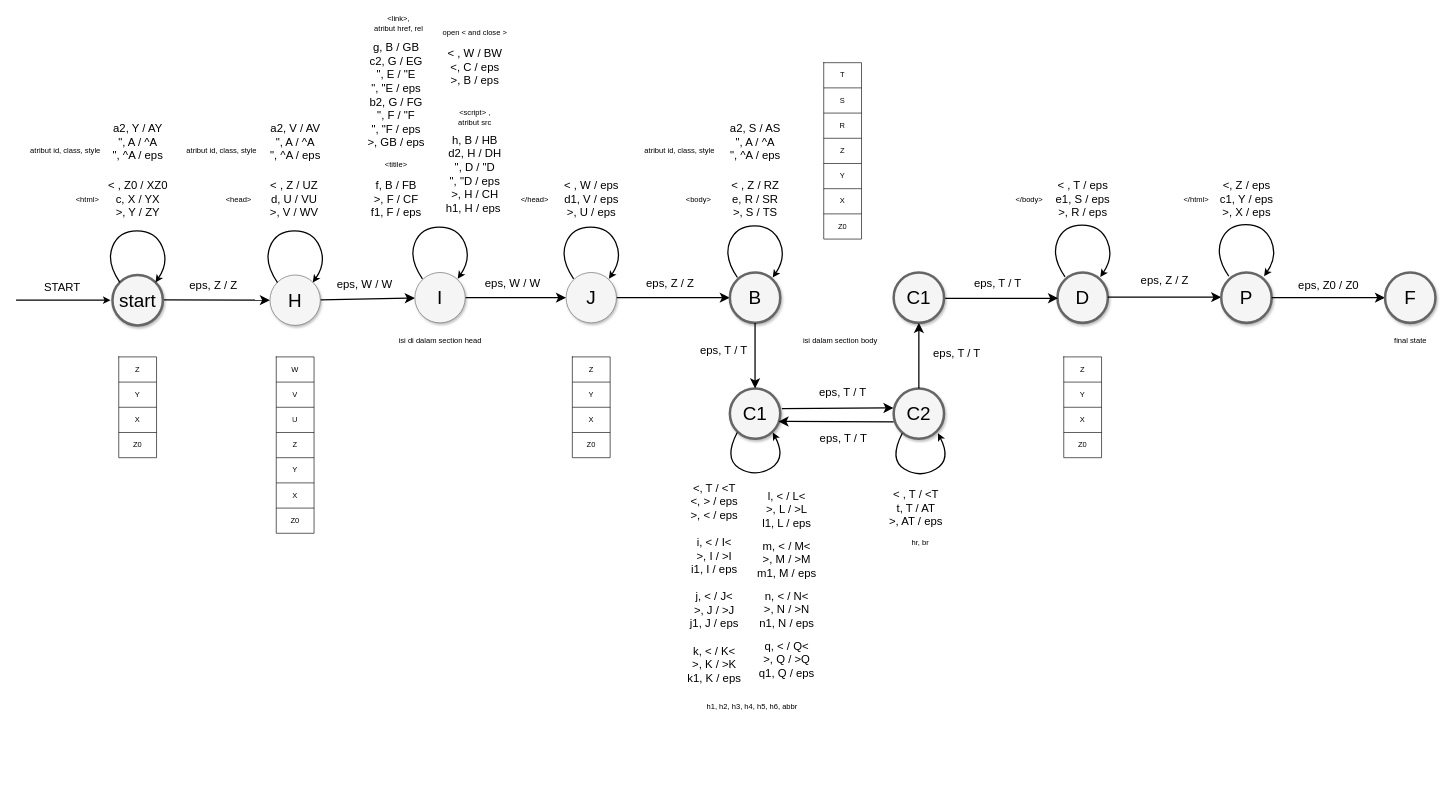
Above: PDA.drawio in novelxv/Tubes-TBFO (draw.io), before the change. Source tidied: cells renumbered, new cells numbered last; positions are measured from the earlier drawing's top-left corner, leaving out a move shared by most shapes. Both pictures are drawn from the tidied source at 63%, with x=0, y=0 at pixel (16, 11).
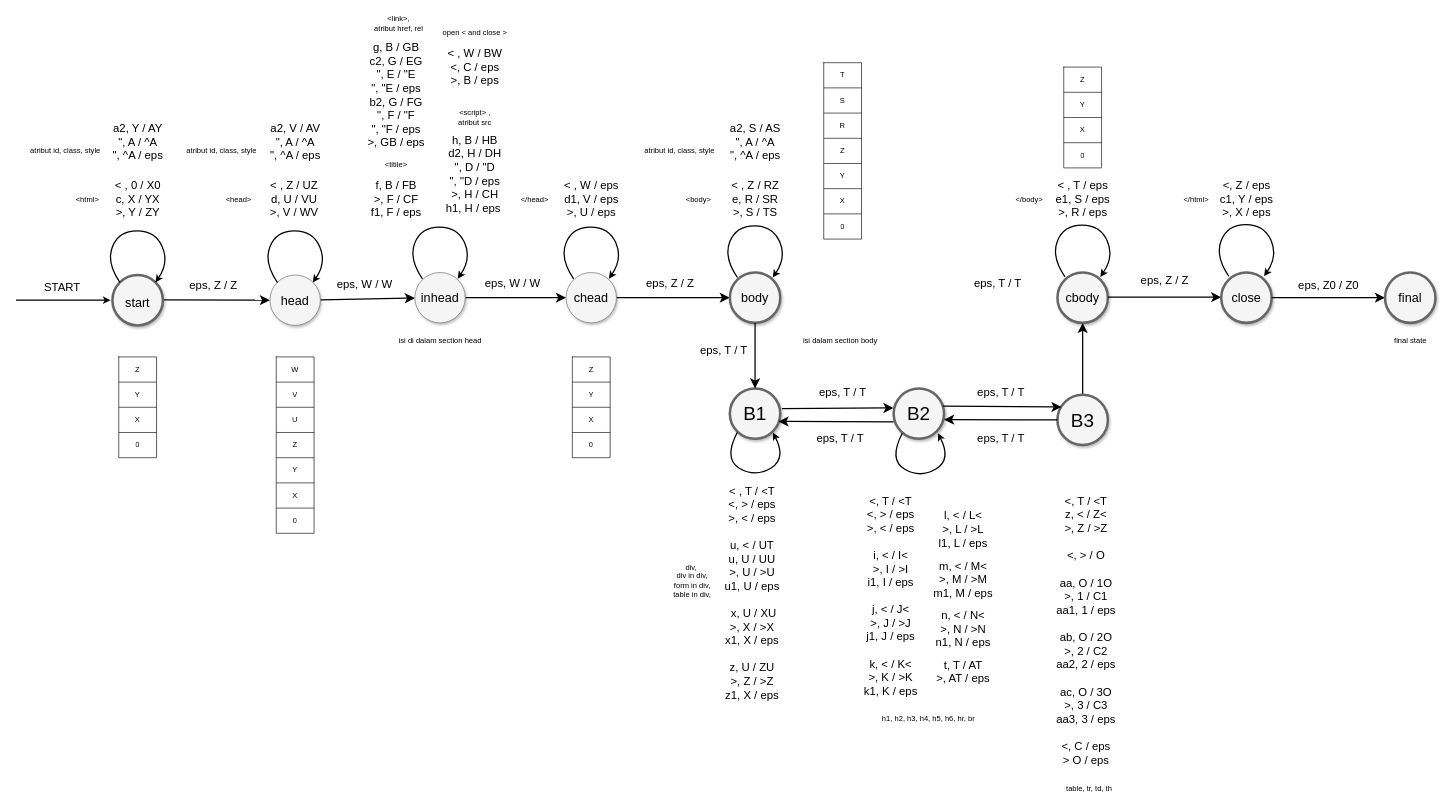
The same page after the edit.

Commit message:
Update PDA div table.drawio

Unchanged cells that the change refers to:
```xml
<mxCell id="51" style="shape=tableRow;horizontal=0;startSize=0;swimlaneHead=0;swimlaneBody=0;strokeColor=inherit;top=0;left=0;bottom=0;right=0;fillColor=none;" parent="44" vertex="1">
  <mxGeometry y="120" width="60" height="40" as="geometry" />
</mxCell>
<mxCell id="66" style="shape=tableRow;horizontal=0;startSize=0;swimlaneHead=0;swimlaneBody=0;strokeColor=inherit;top=0;left=0;bottom=0;right=0;fillColor=none;" parent="53" vertex="1">
  <mxGeometry y="240" width="60" height="40" as="geometry" />
</mxCell>
<mxCell id="75" style="shape=tableRow;horizontal=0;startSize=0;swimlaneHead=0;swimlaneBody=0;strokeColor=inherit;top=0;left=0;bottom=0;right=0;fillColor=none;" parent="68" vertex="1">
  <mxGeometry y="120" width="60" height="40" as="geometry" />
</mxCell>
<mxCell id="88" style="shape=tableRow;horizontal=0;startSize=0;swimlaneHead=0;swimlaneBody=0;strokeColor=inherit;top=0;left=0;bottom=0;right=0;fillColor=none;" parent="81" vertex="1">
  <mxGeometry y="120" width="60" height="40" as="geometry" />
</mxCell>
<mxCell id="115" style="shape=tableRow;horizontal=0;startSize=0;swimlaneHead=0;swimlaneBody=0;strokeColor=inherit;top=0;left=0;bottom=0;right=0;fillColor=none;" parent="102" vertex="1">
  <mxGeometry y="240" width="60" height="40" as="geometry" />
</mxCell>
```

Change to the diagram source:
```diff
@@
-    <mxCell id="3" value="start" style="ellipse;whiteSpace=wrap;html=1;rounded=0;shadow=1;strokeColor=#666666;strokeWidth=4;fontSize=30;align=center;fillColor=#f5f5f5;" parent="1" vertex="1">
+    <mxCell id="3" value="&lt;font style=&quot;font-size: 20px;&quot;&gt;start&lt;/font&gt;" style="ellipse;whiteSpace=wrap;html=1;rounded=0;shadow=1;strokeColor=#666666;strokeWidth=4;fontSize=30;align=center;fillColor=#f5f5f5;" parent="1" vertex="1">
       <mxGeometry x="153" y="419" width="80" height="80" as="geometry" />
     </mxCell>
@@
-    <mxCell id="5" value="H" style="ellipse;whiteSpace=wrap;html=1;rounded=0;shadow=1;strokeColor=#666666;strokeWidth=1;fontSize=30;align=center;fillColor=#f5f5f5;" parent="1" vertex="1">
+    <mxCell id="5" value="head" style="ellipse;whiteSpace=wrap;html=1;rounded=0;shadow=1;strokeColor=#666666;strokeWidth=1;fontSize=20;align=center;fillColor=#f5f5f5;" parent="1" vertex="1">
       <mxGeometry x="403" y="419" width="80" height="80" as="geometry" />
     </mxCell>
@@
-    <mxCell id="7" value="J" style="ellipse;whiteSpace=wrap;html=1;rounded=0;shadow=1;strokeColor=#666666;strokeWidth=1;fontSize=30;align=center;fillColor=#f5f5f5;" parent="1" vertex="1">
+    <mxCell id="7" value="chead" style="ellipse;whiteSpace=wrap;html=1;rounded=0;shadow=1;strokeColor=#666666;strokeWidth=1;fontSize=20;align=center;fillColor=#f5f5f5;" parent="1" vertex="1">
       <mxGeometry x="873" y="415" width="80" height="80" as="geometry" />
     </mxCell>
@@
-    <mxCell id="9" value="I" style="ellipse;whiteSpace=wrap;html=1;rounded=0;shadow=1;strokeColor=#666666;strokeWidth=1;fontSize=30;align=center;fillColor=#f5f5f5;" parent="1" vertex="1">
+    <mxCell id="9" value="inhead" style="ellipse;whiteSpace=wrap;html=1;rounded=0;shadow=1;strokeColor=#666666;strokeWidth=1;fontSize=20;align=center;fillColor=#f5f5f5;" parent="1" vertex="1">
       <mxGeometry x="633" y="415" width="80" height="80" as="geometry" />
     </mxCell>
-    <mxCell id="10" value="B" style="ellipse;whiteSpace=wrap;html=1;rounded=0;shadow=1;strokeColor=#666666;strokeWidth=4;fontSize=30;align=center;fillColor=#f5f5f5;" parent="1" vertex="1">
+    <mxCell id="10" value="body" style="ellipse;whiteSpace=wrap;html=1;rounded=0;shadow=1;strokeColor=#666666;strokeWidth=4;fontSize=20;align=center;fillColor=#f5f5f5;" parent="1" vertex="1">
       <mxGeometry x="1133" y="415" width="80" height="80" as="geometry" />
     </mxCell>
@@
-    <mxCell id="15" value="&amp;lt; , Z0 / XZ0&lt;br style=&quot;font-size: 18px;&quot;&gt;c, X / YX&lt;br style=&quot;font-size: 18px;&quot;&gt;&amp;gt;, Y / ZY" style="text;html=1;align=center;verticalAlign=middle;strokeColor=none;fillColor=none;fontSize=18;strokeWidth=2;" parent="1" vertex="1">
-      <mxGeometry x="133" y="259" width="120" height="80" as="geometry" />
+    <mxCell id="15" value="&amp;lt; , 0 / X0&lt;br style=&quot;font-size: 18px;&quot;&gt;c, X / YX&lt;br style=&quot;font-size: 18px;&quot;&gt;&amp;gt;, Y / ZY" style="text;html=1;align=center;verticalAlign=middle;strokeColor=none;fillColor=none;fontSize=18;strokeWidth=2;" parent="1" vertex="1">
+      <mxGeometry x="143" y="259" width="100" height="80" as="geometry" />
     </mxCell>
@@
-    <mxCell id="21" value="C1" style="ellipse;whiteSpace=wrap;html=1;rounded=0;shadow=1;strokeColor=#666666;strokeWidth=4;fontSize=30;align=center;fillColor=#f5f5f5;" parent="1" vertex="1">
+    <mxCell id="21" value="B1" style="ellipse;whiteSpace=wrap;html=1;rounded=0;shadow=1;strokeColor=#666666;strokeWidth=4;fontSize=30;align=center;fillColor=#f5f5f5;" parent="1" vertex="1">
       <mxGeometry x="1133" y="599" width="80" height="80" as="geometry" />
     </mxCell>
@@
-    <mxCell id="24" value="D" style="ellipse;whiteSpace=wrap;html=1;rounded=0;shadow=1;strokeColor=#666666;strokeWidth=4;fontSize=30;align=center;fillColor=#f5f5f5;" parent="1" vertex="1">
+    <mxCell id="24" value="cbody" style="ellipse;whiteSpace=wrap;html=1;rounded=0;shadow=1;strokeColor=#666666;strokeWidth=4;fontSize=20;align=center;fillColor=#f5f5f5;" parent="1" vertex="1">
       <mxGeometry x="1653" y="415" width="80" height="80" as="geometry" />
     </mxCell>
-    <mxCell id="25" style="edgeStyle=none;curved=1;html=1;startSize=10;endFill=1;endSize=10;strokeWidth=2;fontSize=12;" parent="1" edge="1">
-      <mxGeometry relative="1" as="geometry">
-        <mxPoint x="1474" y="456" as="sourcePoint" />
-        <mxPoint x="1654" y="456" as="targetPoint" />
-      </mxGeometry>
+    <mxCell id="25" style="edgeStyle=none;curved=1;html=1;startSize=10;endFill=1;endSize=10;strokeWidth=2;fontSize=12;exitX=0.5;exitY=0;exitDx=0;exitDy=0;entryX=0.5;entryY=1;entryDx=0;entryDy=0;" parent="1" edge="1" source="122" target="24">
+      <mxGeometry relative="1" as="geometry" />
     </mxCell>
@@
-    <mxCell id="28" value="P" style="ellipse;whiteSpace=wrap;html=1;rounded=0;shadow=1;strokeColor=#666666;strokeWidth=4;fontSize=30;align=center;fillColor=#f5f5f5;" parent="1" vertex="1">
+    <mxCell id="28" value="close" style="ellipse;whiteSpace=wrap;html=1;rounded=0;shadow=1;strokeColor=#666666;strokeWidth=4;fontSize=20;align=center;fillColor=#f5f5f5;" parent="1" vertex="1">
       <mxGeometry x="1913" y="415" width="80" height="80" as="geometry" />
     </mxCell>
@@
-    <mxCell id="31" value="F" style="ellipse;whiteSpace=wrap;html=1;rounded=0;shadow=1;strokeColor=#666666;strokeWidth=4;fontSize=30;align=center;fillColor=#f5f5f5;" parent="1" vertex="1">
+    <mxCell id="31" value="final" style="ellipse;whiteSpace=wrap;html=1;rounded=0;shadow=1;strokeColor=#666666;strokeWidth=4;fontSize=20;align=center;fillColor=#f5f5f5;" parent="1" vertex="1">
       <mxGeometry x="2173" y="415" width="80" height="80" as="geometry" />
     </mxCell>
@@
-    <mxCell id="52" value="Z0" style="shape=partialRectangle;html=1;whiteSpace=wrap;strokeColor=inherit;overflow=hidden;fillColor=none;top=0;left=0;bottom=0;right=0;" parent="51" vertex="1">
+    <mxCell id="52" value="0" style="shape=partialRectangle;html=1;whiteSpace=wrap;strokeColor=inherit;overflow=hidden;fillColor=none;top=0;left=0;bottom=0;right=0;" parent="51" vertex="1">
       <mxGeometry width="60" height="40" as="geometry" />
     </mxCell>
@@
-    <mxCell id="67" value="Z0" style="shape=partialRectangle;html=1;whiteSpace=wrap;strokeColor=inherit;overflow=hidden;fillColor=none;top=0;left=0;bottom=0;right=0;" parent="66" vertex="1">
+    <mxCell id="67" value="0" style="shape=partialRectangle;html=1;whiteSpace=wrap;strokeColor=inherit;overflow=hidden;fillColor=none;top=0;left=0;bottom=0;right=0;" parent="66" vertex="1">
       <mxGeometry width="60" height="40" as="geometry" />
     </mxCell>
@@
-    <mxCell id="76" value="Z0" style="shape=partialRectangle;html=1;whiteSpace=wrap;strokeColor=inherit;overflow=hidden;fillColor=none;top=0;left=0;bottom=0;right=0;" parent="75" vertex="1">
+    <mxCell id="76" value="0" style="shape=partialRectangle;html=1;whiteSpace=wrap;strokeColor=inherit;overflow=hidden;fillColor=none;top=0;left=0;bottom=0;right=0;" parent="75" vertex="1">
       <mxGeometry width="60" height="40" as="geometry" />
     </mxCell>
@@
     <mxCell id="81" style="shape=table;startSize=0;childLayout=tableLayout;" parent="1" vertex="1">
-      <mxGeometry x="1663" y="549" width="60" height="160" as="geometry" />
+      <mxGeometry x="1663" y="89" width="60" height="160" as="geometry" />
     </mxCell>
@@
-    <mxCell id="89" value="Z0" style="shape=partialRectangle;html=1;whiteSpace=wrap;strokeColor=inherit;overflow=hidden;fillColor=none;top=0;left=0;bottom=0;right=0;" parent="88" vertex="1">
+    <mxCell id="89" value="0" style="shape=partialRectangle;html=1;whiteSpace=wrap;strokeColor=inherit;overflow=hidden;fillColor=none;top=0;left=0;bottom=0;right=0;" parent="88" vertex="1">
       <mxGeometry width="60" height="40" as="geometry" />
     </mxCell>
@@
     <mxCell id="100" value="&amp;lt;, T / &amp;lt;T&lt;br&gt;&amp;lt;, &amp;gt; / eps&lt;br&gt;&amp;gt;, &amp;lt; / eps&lt;br&gt;&lt;br&gt;i, &amp;lt; / I&amp;lt;&lt;br&gt;&amp;gt;, I / &amp;gt;I&lt;br&gt;i1, I / eps&lt;br&gt;&lt;br&gt;j, &amp;lt; / J&amp;lt;&lt;br style=&quot;border-color: var(--border-color);&quot;&gt;&amp;gt;, J / &amp;gt;J&lt;br style=&quot;border-color: var(--border-color);&quot;&gt;j1, J / eps&lt;br&gt;&lt;br&gt;k, &amp;lt; / K&amp;lt;&lt;br style=&quot;border-color: var(--border-color);&quot;&gt;&amp;gt;, K / &amp;gt;K&lt;br style=&quot;border-color: var(--border-color);&quot;&gt;k1, K / eps" style="text;html=1;align=center;verticalAlign=middle;strokeColor=none;fillColor=none;fontSize=18;strokeWidth=2;" parent="1" vertex="1">
-      <mxGeometry x="1053" y="739" width="110" height="340" as="geometry" />
+      <mxGeometry x="1333" y="759" width="110" height="340" as="geometry" />
     </mxCell>
-    <mxCell id="101" value="&lt;br style=&quot;border-color: var(--border-color); font-size: 18px;&quot;&gt;&lt;span style=&quot;font-size: 18px;&quot;&gt;l, &amp;lt; / L&amp;lt;&lt;br&gt;&amp;gt;, L / &amp;gt;L&lt;/span&gt;&lt;br style=&quot;border-color: var(--border-color); font-size: 18px;&quot;&gt;&lt;span style=&quot;font-size: 18px;&quot;&gt;l1, L / eps&lt;/span&gt;&lt;br style=&quot;border-color: var(--border-color); font-size: 18px;&quot;&gt;&lt;br style=&quot;border-color: var(--border-color); font-size: 18px;&quot;&gt;&lt;span style=&quot;font-size: 18px;&quot;&gt;m, &amp;lt; / M&amp;lt;&lt;/span&gt;&lt;br style=&quot;border-color: var(--border-color); font-size: 18px;&quot;&gt;&lt;span style=&quot;font-size: 18px;&quot;&gt;&amp;gt;, M / &amp;gt;M&lt;/span&gt;&lt;br style=&quot;border-color: var(--border-color); font-size: 18px;&quot;&gt;&lt;span style=&quot;font-size: 18px;&quot;&gt;m1, M / eps&lt;/span&gt;&lt;br style=&quot;border-color: var(--border-color); font-size: 18px;&quot;&gt;&lt;br style=&quot;border-color: var(--border-color); font-size: 18px;&quot;&gt;&lt;span style=&quot;font-size: 18px;&quot;&gt;n, &amp;lt; / N&amp;lt;&lt;/span&gt;&lt;br style=&quot;border-color: var(--border-color); font-size: 18px;&quot;&gt;&lt;span style=&quot;font-size: 18px;&quot;&gt;&amp;gt;, N / &amp;gt;N&lt;/span&gt;&lt;br style=&quot;border-color: var(--border-color); font-size: 18px;&quot;&gt;&lt;span style=&quot;font-size: 18px;&quot;&gt;n1, N / eps&lt;/span&gt;&lt;br style=&quot;border-color: var(--border-color); font-size: 18px;&quot;&gt;&lt;br style=&quot;border-color: var(--border-color); font-size: 18px;&quot;&gt;&lt;span style=&quot;font-size: 18px;&quot;&gt;q, &amp;lt; / Q&amp;lt;&lt;/span&gt;&lt;br style=&quot;border-color: var(--border-color); font-size: 18px;&quot;&gt;&lt;span style=&quot;font-size: 18px;&quot;&gt;&amp;gt;, Q / &amp;gt;Q&lt;/span&gt;&lt;br style=&quot;border-color: var(--border-color); font-size: 18px;&quot;&gt;&lt;span style=&quot;font-size: 18px;&quot;&gt;q1, Q / eps&lt;/span&gt;" style="text;html=1;align=center;verticalAlign=middle;strokeColor=none;fillColor=none;" parent="1" vertex="1">
-      <mxGeometry x="1163" y="739" width="120" height="330" as="geometry" />
+    <mxCell id="101" value="&lt;br style=&quot;border-color: var(--border-color); font-size: 18px;&quot;&gt;&lt;span style=&quot;font-size: 18px;&quot;&gt;l, &amp;lt; / L&amp;lt;&lt;br&gt;&amp;gt;, L / &amp;gt;L&lt;/span&gt;&lt;br style=&quot;border-color: var(--border-color); font-size: 18px;&quot;&gt;&lt;span style=&quot;font-size: 18px;&quot;&gt;l1, L / eps&lt;/span&gt;&lt;br style=&quot;border-color: var(--border-color); font-size: 18px;&quot;&gt;&lt;br style=&quot;border-color: var(--border-color); font-size: 18px;&quot;&gt;&lt;span style=&quot;font-size: 18px;&quot;&gt;m, &amp;lt; / M&amp;lt;&lt;/span&gt;&lt;br style=&quot;border-color: var(--border-color); font-size: 18px;&quot;&gt;&lt;span style=&quot;font-size: 18px;&quot;&gt;&amp;gt;, M / &amp;gt;M&lt;/span&gt;&lt;br style=&quot;border-color: var(--border-color); font-size: 18px;&quot;&gt;&lt;span style=&quot;font-size: 18px;&quot;&gt;m1, M / eps&lt;/span&gt;&lt;br style=&quot;border-color: var(--border-color); font-size: 18px;&quot;&gt;&lt;br style=&quot;border-color: var(--border-color); font-size: 18px;&quot;&gt;&lt;span style=&quot;font-size: 18px;&quot;&gt;n, &amp;lt; / N&amp;lt;&lt;/span&gt;&lt;br style=&quot;border-color: var(--border-color); font-size: 18px;&quot;&gt;&lt;span style=&quot;font-size: 18px;&quot;&gt;&amp;gt;, N / &amp;gt;N&lt;/span&gt;&lt;br style=&quot;border-color: var(--border-color); font-size: 18px;&quot;&gt;&lt;span style=&quot;font-size: 18px;&quot;&gt;n1, N / eps&lt;/span&gt;&lt;br style=&quot;border-color: var(--border-color); font-size: 18px;&quot;&gt;&lt;br style=&quot;border-color: var(--border-color); font-size: 18px;&quot;&gt;&lt;span style=&quot;font-size: 18px;&quot;&gt;t, T / AT&lt;br&gt;&amp;gt;, AT / eps&lt;br&gt;&lt;/span&gt;" style="text;html=1;align=center;verticalAlign=middle;strokeColor=none;fillColor=none;" parent="1" vertex="1">
+      <mxGeometry x="1443" y="769" width="120" height="310" as="geometry" />
     </mxCell>
@@
-    <mxCell id="116" value="Z0" style="shape=partialRectangle;html=1;whiteSpace=wrap;strokeColor=inherit;overflow=hidden;fillColor=none;top=0;left=0;bottom=0;right=0;" parent="115" vertex="1">
+    <mxCell id="116" value="0" style="shape=partialRectangle;html=1;whiteSpace=wrap;strokeColor=inherit;overflow=hidden;fillColor=none;top=0;left=0;bottom=0;right=0;" parent="115" vertex="1">
       <mxGeometry width="60" height="40" as="geometry" />
     </mxCell>
-    <mxCell id="117" value="C2" style="ellipse;whiteSpace=wrap;html=1;rounded=0;shadow=1;strokeColor=#666666;strokeWidth=4;fontSize=30;align=center;fillColor=#f5f5f5;" parent="1" vertex="1">
+    <mxCell id="117" value="B2" style="ellipse;whiteSpace=wrap;html=1;rounded=0;shadow=1;strokeColor=#666666;strokeWidth=4;fontSize=30;align=center;fillColor=#f5f5f5;" parent="1" vertex="1">
       <mxGeometry x="1393" y="599" width="80" height="80" as="geometry" />
     </mxCell>
@@
     <mxCell id="121" value="eps, T / T" style="text;html=1;align=center;verticalAlign=middle;strokeColor=none;fillColor=none;strokeWidth=2;fontSize=18;" parent="1" vertex="1">
-      <mxGeometry x="1263" y="659" width="100" height="40" as="geometry" />
+      <mxGeometry x="1258" y="659" width="100" height="40" as="geometry" />
     </mxCell>
-    <mxCell id="122" value="C1" style="ellipse;whiteSpace=wrap;html=1;rounded=0;shadow=1;strokeColor=#666666;strokeWidth=4;fontSize=30;align=center;fillColor=#f5f5f5;" parent="1" vertex="1">
-      <mxGeometry x="1393" y="415" width="80" height="80" as="geometry" />
+    <mxCell id="122" value="B3" style="ellipse;whiteSpace=wrap;html=1;rounded=0;shadow=1;strokeColor=#666666;strokeWidth=4;fontSize=30;align=center;fillColor=#f5f5f5;" parent="1" vertex="1">
+      <mxGeometry x="1653" y="609" width="80" height="80" as="geometry" />
     </mxCell>
-    <mxCell id="123" style="endArrow=classic;html=1;rounded=0;entryX=0.5;entryY=1;entryDx=0;entryDy=0;exitX=0.5;exitY=0;exitDx=0;exitDy=0;strokeWidth=2;endSize=10;startSize=10;" parent="1" edge="1" source="117" target="122">
+    <mxCell id="123" style="endArrow=classic;html=1;rounded=0;entryX=0.08;entryY=0.245;entryDx=0;entryDy=0;exitX=0.98;exitY=0.35;exitDx=0;exitDy=0;strokeWidth=2;endSize=10;startSize=10;exitPerimeter=0;entryPerimeter=0;" parent="1" edge="1" source="117" target="122">
       <mxGeometry relative="1" as="geometry" />
     </mxCell>
     <mxCell id="124" value="eps, T / T" style="text;html=1;align=center;verticalAlign=middle;strokeColor=none;fillColor=none;strokeWidth=2;fontSize=18;" parent="1" vertex="1">
-      <mxGeometry x="1443" y="524" width="100" height="40" as="geometry" />
+      <mxGeometry x="1513" y="585" width="100" height="40" as="geometry" />
     </mxCell>
-    <mxCell id="125" value="h1, h2, h3, h4, h5, h6, abbr" style="text;html=1;align=center;verticalAlign=middle;strokeColor=none;fillColor=none;" parent="1" vertex="1">
-      <mxGeometry x="1083" y="1089" width="170" height="30" as="geometry" />
+    <mxCell id="125" value="h1, h2, h3, h4, h5, h6, hr, br" style="text;html=1;align=center;verticalAlign=middle;strokeColor=none;fillColor=none;" parent="1" vertex="1">
+      <mxGeometry x="1363" y="1109" width="170" height="30" as="geometry" />
     </mxCell>
@@
-    <mxCell id="134" value="&amp;lt; , T / &amp;lt;T&lt;br style=&quot;font-size: 18px;&quot;&gt;t, T / AT&lt;br style=&quot;font-size: 18px;&quot;&gt;&amp;gt;, AT / eps" style="text;html=1;align=center;verticalAlign=middle;strokeColor=none;fillColor=none;fontSize=18;strokeWidth=2;" parent="1" vertex="1">
-      <mxGeometry x="1373" y="749" width="110" height="80" as="geometry" />
-    </mxCell>
-    <mxCell id="135" value="hr, br" style="text;html=1;align=center;verticalAlign=middle;strokeColor=none;fillColor=none;" parent="1" vertex="1">
-      <mxGeometry x="1410" y="829" width="50" height="30" as="geometry" />
-    </mxCell>
@@
+    <mxCell id="137" style="endArrow=classic;html=1;rounded=0;entryX=0.965;entryY=0.694;entryDx=0;entryDy=0;entryPerimeter=0;strokeWidth=2;endSize=10;startSize=10;" parent="1" edge="1">
+      <mxGeometry relative="1" as="geometry">
+        <mxPoint x="1653" y="649" as="sourcePoint" />
+        <mxPoint x="1473" y="648.6" as="targetPoint" />
+      </mxGeometry>
+    </mxCell>
+    <mxCell id="138" value="eps, T / T" style="text;html=1;align=center;verticalAlign=middle;strokeColor=none;fillColor=none;strokeWidth=2;fontSize=18;" parent="1" vertex="1">
+      <mxGeometry x="1513" y="659" width="100" height="40" as="geometry" />
+    </mxCell>
+    <mxCell id="139" value="&amp;lt; , T / &amp;lt;T&lt;br&gt;&amp;lt;, &amp;gt; / eps&lt;br&gt;&amp;gt;, &amp;lt; / eps&lt;br&gt;&lt;br&gt;u, &amp;lt; / UT&lt;br&gt;u, U / UU&lt;br&gt;&amp;gt;, U / &amp;gt;U&lt;br&gt;u1, U / eps&lt;br&gt;&lt;br&gt;&amp;nbsp;x, U / XU&lt;br&gt;&amp;gt;, X / &amp;gt;X&lt;br&gt;x1, X / eps&lt;br&gt;&lt;br&gt;z, U / ZU&lt;br style=&quot;border-color: var(--border-color);&quot;&gt;&amp;gt;, Z / &amp;gt;Z&lt;br style=&quot;border-color: var(--border-color);&quot;&gt;z1, X / eps" style="text;html=1;align=center;verticalAlign=middle;strokeColor=none;fillColor=none;fontSize=18;strokeWidth=2;" parent="1" vertex="1">
+      <mxGeometry x="1113" y="744" width="110" height="360" as="geometry" />
+    </mxCell>
+    <mxCell id="140" value="div,&amp;nbsp;&lt;br&gt;div in div,&lt;br&gt;form in div,&lt;br&gt;table in div," style="text;html=1;align=center;verticalAlign=middle;strokeColor=none;fillColor=none;" parent="1" vertex="1">
+      <mxGeometry x="1033" y="869" width="80" height="70" as="geometry" />
+    </mxCell>
+    <mxCell id="141" value="&amp;lt;, T / &amp;lt;T&lt;br&gt;z, &amp;lt; / Z&amp;lt;&lt;br&gt;&amp;gt;, Z / &amp;gt;Z&lt;br&gt;&lt;br&gt;&amp;lt;, &amp;gt; / O&lt;br&gt;&lt;br&gt;aa, O / 1O&lt;br&gt;&amp;gt;, 1 / C1&lt;br&gt;aa1, 1 / eps&lt;br&gt;&lt;br&gt;ab, O / 2O&lt;br&gt;&amp;gt;, 2 / C2&lt;br&gt;aa2, 2 / eps&lt;br&gt;&lt;br&gt;ac, O / 3O&lt;br&gt;&amp;gt;, 3 / C3&lt;br&gt;aa3, 3 / eps&lt;br&gt;&lt;br&gt;&amp;lt;, C / eps&lt;br&gt;&amp;gt; O / eps" style="text;html=1;align=center;verticalAlign=middle;strokeColor=none;fillColor=none;fontSize=18;strokeWidth=2;" parent="1" vertex="1">
+      <mxGeometry x="1638" y="759" width="120" height="450" as="geometry" />
+    </mxCell>
+    <mxCell id="142" value="table, tr, td, th" style="text;html=1;align=center;verticalAlign=middle;strokeColor=none;fillColor=none;" parent="1" vertex="1">
+      <mxGeometry x="1653" y="1219" width="100" height="30" as="geometry" />
+    </mxCell>
```
